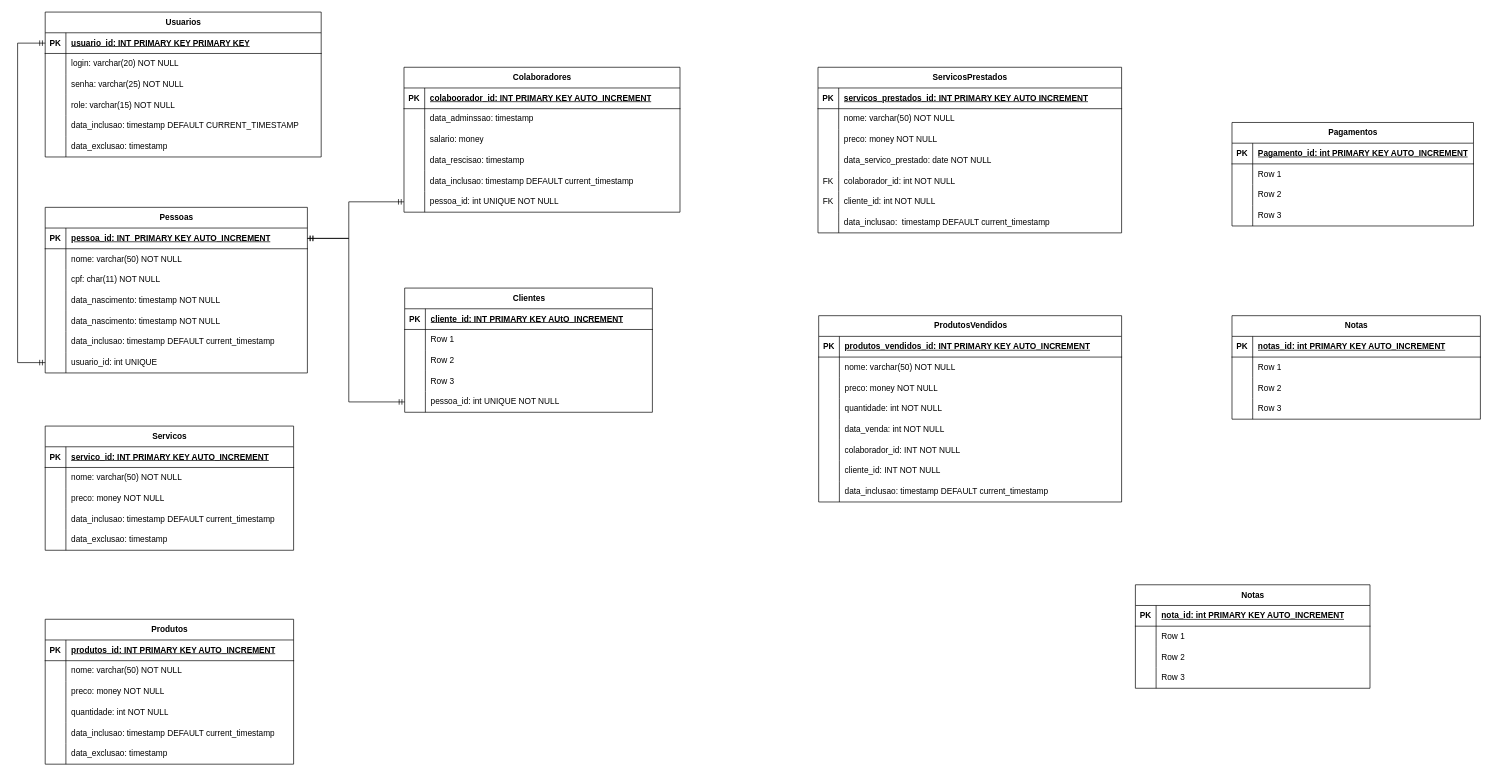
Jounos/cb-ordem-sevirco keeps this draw.io diagram as central-bike-db/der.drawio. Above is the earlier version. Source tidied: cells renumbered, new cells numbered last; positions are measured from the earlier drawing's top-left corner, leaving out a move shared by most shapes. Both pictures are drawn from the tidied source at 69%, with x=0, y=0 at pixel (17, 12).
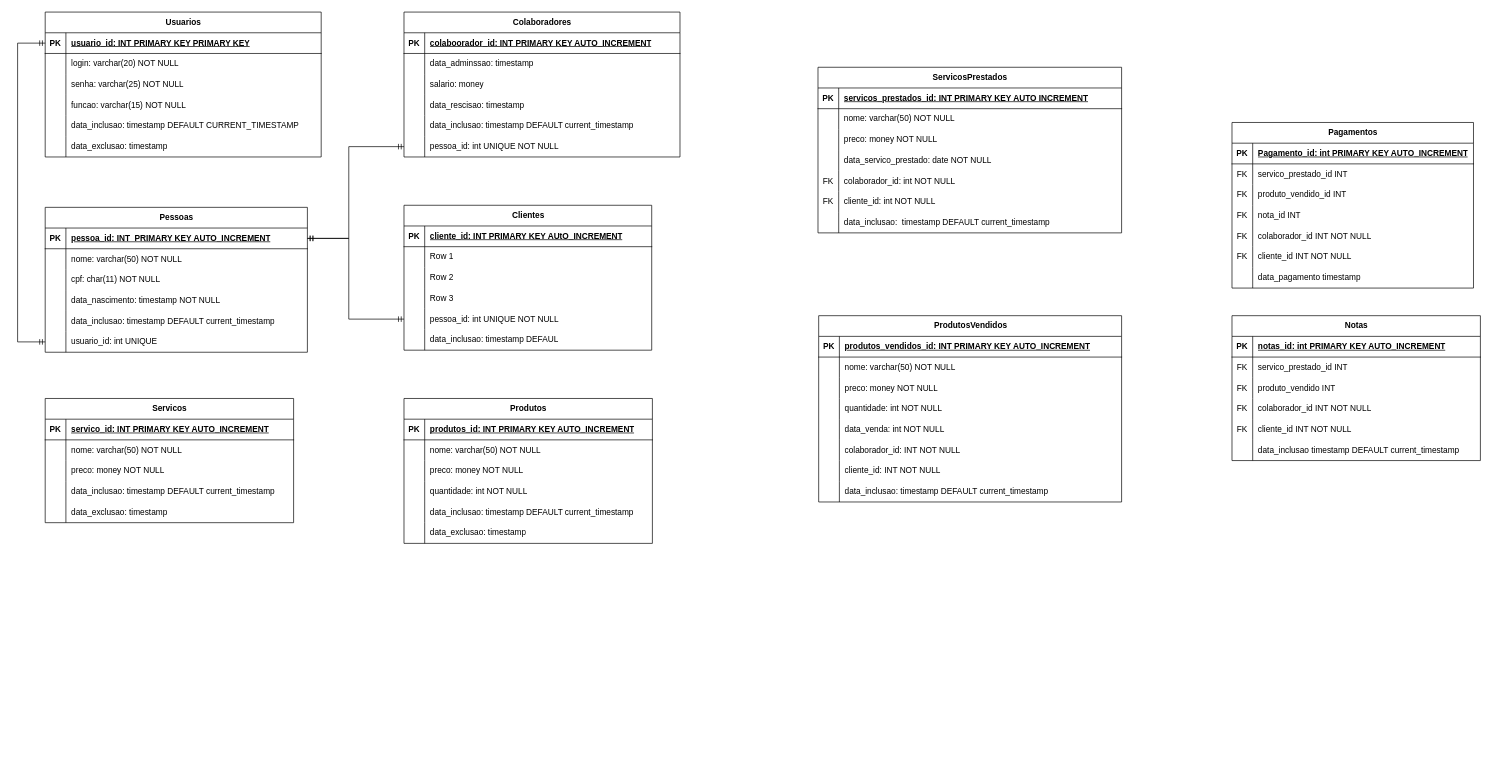
Above is the later version.

Unchanged cells that the change refers to:
```xml
<mxCell id="12" style="shape=tableRow;horizontal=0;startSize=0;swimlaneHead=0;swimlaneBody=0;fillColor=none;top=0;left=0;right=0;bottom=0;" parent="2" vertex="1">
  <mxGeometry y="120" width="400" height="30" as="geometry" />
</mxCell>
<mxCell id="180" style="shape=tableRow;horizontal=0;startSize=0;swimlaneHead=0;swimlaneBody=0;fillColor=none;top=0;left=0;right=0;bottom=0;" parent="176" vertex="1">
  <mxGeometry y="60" width="350" height="30" as="geometry" />
</mxCell>
<mxCell id="183" style="shape=tableRow;horizontal=0;startSize=0;swimlaneHead=0;swimlaneBody=0;fillColor=none;top=0;left=0;right=0;bottom=0;" parent="176" vertex="1">
  <mxGeometry y="90" width="350" height="30" as="geometry" />
</mxCell>
<mxCell id="186" style="shape=tableRow;horizontal=0;startSize=0;swimlaneHead=0;swimlaneBody=0;fillColor=none;top=0;left=0;right=0;bottom=0;" parent="176" vertex="1">
  <mxGeometry y="120" width="350" height="30" as="geometry" />
</mxCell>
<mxCell id="193" style="shape=tableRow;horizontal=0;startSize=0;swimlaneHead=0;swimlaneBody=0;fillColor=none;top=0;left=0;right=0;bottom=0;" parent="189" vertex="1">
  <mxGeometry y="60" width="360" height="30" as="geometry" />
</mxCell>
<mxCell id="196" style="shape=tableRow;horizontal=0;startSize=0;swimlaneHead=0;swimlaneBody=0;fillColor=none;top=0;left=0;right=0;bottom=0;" parent="189" vertex="1">
  <mxGeometry y="90" width="360" height="30" as="geometry" />
</mxCell>
<mxCell id="199" style="shape=tableRow;horizontal=0;startSize=0;swimlaneHead=0;swimlaneBody=0;fillColor=none;top=0;left=0;right=0;bottom=0;" parent="189" vertex="1">
  <mxGeometry y="120" width="360" height="30" as="geometry" />
</mxCell>
```

What changed in the source:
```diff
@@
-    <mxCell id="14" value="role: varchar(15) NOT NULL&amp;nbsp;" style="shape=partialRectangle;fillColor=none;top=0;left=0;bottom=0;right=0;align=left;spacingLeft=6;overflow=hidden;whiteSpace=wrap;html=1;" parent="12" vertex="1">
+    <mxCell id="14" value="funcao: varchar(15) NOT NULL&amp;nbsp;" style="shape=partialRectangle;fillColor=none;top=0;left=0;bottom=0;right=0;align=left;spacingLeft=6;overflow=hidden;whiteSpace=wrap;html=1;" parent="12" vertex="1">
       <mxGeometry x="30" width="370" height="30" as="geometry" />
     </mxCell>
@@
     <mxCell id="21" value="Pessoas" style="shape=table;startSize=30;childLayout=tableLayout;rowLines=0;fontStyle=1;align=center;html=1;" parent="1" vertex="1">
-      <mxGeometry x="40" y="283" width="380" height="240" as="geometry" />
+      <mxGeometry x="40" y="283" width="380" height="210" as="geometry" />
     </mxCell>
@@
-    <mxCell id="34" style="shape=tableRow;horizontal=0;startSize=0;swimlaneHead=0;swimlaneBody=0;fillColor=none;top=0;left=0;right=0;bottom=0;" parent="21" vertex="1">
-      <mxGeometry y="150" width="380" height="30" as="geometry" />
-    </mxCell>
-    <mxCell id="35" style="shape=partialRectangle;fillColor=none;top=0;left=0;bottom=0;right=0;overflow=hidden;whiteSpace=wrap;html=1;" parent="34" vertex="1">
-      <mxGeometry width="30" height="30" as="geometry" />
-    </mxCell>
-    <mxCell id="36" value="data_nascimento: timestamp NOT NULL" style="shape=partialRectangle;fillColor=none;top=0;left=0;bottom=0;right=0;align=left;spacingLeft=6;overflow=hidden;whiteSpace=wrap;html=1;" parent="34" vertex="1">
-      <mxGeometry x="30" width="350" height="30" as="geometry" />
-    </mxCell>
     <mxCell id="37" style="shape=tableRow;horizontal=0;startSize=0;swimlaneHead=0;swimlaneBody=0;fillColor=none;top=0;left=0;right=0;bottom=0;" parent="21" vertex="1">
-      <mxGeometry y="180" width="380" height="30" as="geometry" />
+      <mxGeometry y="150" width="380" height="30" as="geometry" />
     </mxCell>
@@
     <mxCell id="40" style="shape=tableRow;horizontal=0;startSize=0;swimlaneHead=0;swimlaneBody=0;fillColor=none;points=[[0,0.5],[1,0.5]];portConstraint=eastwest;top=0;left=0;right=0;bottom=0;" parent="21" vertex="1">
-      <mxGeometry y="210" width="380" height="30" as="geometry" />
+      <mxGeometry y="180" width="380" height="30" as="geometry" />
     </mxCell>
@@
     <mxCell id="43" value="Colaboradores" style="shape=table;startSize=30;childLayout=tableLayout;rowLines=0;fontStyle=1;align=center;html=1;" parent="1" vertex="1">
-      <mxGeometry x="560" y="80" width="400" height="210" as="geometry" />
+      <mxGeometry x="560" width="400" height="210" as="geometry" />
     </mxCell>
@@
     <mxCell id="64" value="Clientes" style="shape=table;startSize=30;childLayout=tableLayout;rowLines=0;fontStyle=1;align=center;html=1;" parent="1" vertex="1">
-      <mxGeometry x="561" y="400" width="359" height="180" as="geometry" />
+      <mxGeometry x="560" y="280" width="359" height="210" as="geometry" />
     </mxCell>
@@
+    <mxCell id="202" style="shape=tableRow;horizontal=0;startSize=0;swimlaneHead=0;swimlaneBody=0;fillColor=none;top=0;left=0;right=0;bottom=0;" parent="64" vertex="1">
+      <mxGeometry y="180" width="359" height="30" as="geometry" />
+    </mxCell>
+    <mxCell id="203" style="shape=partialRectangle;fillColor=none;top=0;left=0;bottom=0;right=0;overflow=hidden;whiteSpace=wrap;html=1;" parent="202" vertex="1">
+      <mxGeometry width="30" height="30" as="geometry" />
+    </mxCell>
+    <mxCell id="204" value="data_inclusao: timestamp DEFAUL" style="shape=partialRectangle;fillColor=none;top=0;left=0;bottom=0;right=0;align=left;spacingLeft=6;overflow=hidden;whiteSpace=wrap;html=1;" parent="202" vertex="1">
+      <mxGeometry x="30" width="329" height="30" as="geometry" />
+    </mxCell>
@@
     <mxCell id="81" value="Servicos" style="shape=table;startSize=30;childLayout=tableLayout;rowLines=0;fontStyle=1;align=center;html=1;" parent="1" vertex="1">
-      <mxGeometry x="40" y="600" width="360" height="180" as="geometry" />
+      <mxGeometry x="40" y="560" width="360" height="180" as="geometry" />
     </mxCell>
@@
     <mxCell id="97" value="Produtos" style="shape=table;startSize=30;childLayout=tableLayout;rowLines=0;fontStyle=1;align=center;html=1;" parent="1" vertex="1">
-      <mxGeometry x="40" y="880" width="360" height="210" as="geometry" />
+      <mxGeometry x="560" y="560" width="360" height="210" as="geometry" />
     </mxCell>
@@
-    <mxCell id="163" value="Notas" style="shape=table;startSize=30;childLayout=tableLayout;rowLines=0;fontStyle=1;align=center;html=1;" parent="1" vertex="1">
-      <mxGeometry x="1620" y="830" width="340" height="150" as="geometry" />
-    </mxCell>
-    <mxCell id="164" style="shape=tableRow;horizontal=0;startSize=0;swimlaneHead=0;swimlaneBody=0;fillColor=none;top=0;left=0;right=0;bottom=1;" parent="163" vertex="1">
-      <mxGeometry y="30" width="340" height="30" as="geometry" />
-    </mxCell>
-    <mxCell id="165" value="PK" style="shape=partialRectangle;fillColor=none;top=0;left=0;bottom=0;right=0;fontStyle=1;overflow=hidden;whiteSpace=wrap;html=1;" parent="164" vertex="1">
-      <mxGeometry width="30" height="30" as="geometry" />
-    </mxCell>
-    <mxCell id="166" value="nota_id: int PRIMARY KEY AUTO_INCREMENT" style="shape=partialRectangle;fillColor=none;top=0;left=0;bottom=0;right=0;align=left;spacingLeft=6;fontStyle=5;overflow=hidden;whiteSpace=wrap;html=1;" parent="164" vertex="1">
-      <mxGeometry x="30" width="310" height="30" as="geometry" />
-    </mxCell>
-    <mxCell id="167" style="shape=tableRow;horizontal=0;startSize=0;swimlaneHead=0;swimlaneBody=0;fillColor=none;top=0;left=0;right=0;bottom=0;" parent="163" vertex="1">
-      <mxGeometry y="60" width="340" height="30" as="geometry" />
-    </mxCell>
-    <mxCell id="168" style="shape=partialRectangle;fillColor=none;top=0;left=0;bottom=0;right=0;overflow=hidden;whiteSpace=wrap;html=1;" parent="167" vertex="1">
-      <mxGeometry width="30" height="30" as="geometry" />
-    </mxCell>
-    <mxCell id="169" value="Row 1" style="shape=partialRectangle;fillColor=none;top=0;left=0;bottom=0;right=0;align=left;spacingLeft=6;overflow=hidden;whiteSpace=wrap;html=1;" parent="167" vertex="1">
-      <mxGeometry x="30" width="310" height="30" as="geometry" />
-    </mxCell>
-    <mxCell id="170" style="shape=tableRow;horizontal=0;startSize=0;swimlaneHead=0;swimlaneBody=0;fillColor=none;top=0;left=0;right=0;bottom=0;" parent="163" vertex="1">
-      <mxGeometry y="90" width="340" height="30" as="geometry" />
-    </mxCell>
-    <mxCell id="171" style="shape=partialRectangle;fillColor=none;top=0;left=0;bottom=0;right=0;overflow=hidden;whiteSpace=wrap;html=1;" parent="170" vertex="1">
-      <mxGeometry width="30" height="30" as="geometry" />
-    </mxCell>
-    <mxCell id="172" value="Row 2" style="shape=partialRectangle;fillColor=none;top=0;left=0;bottom=0;right=0;align=left;spacingLeft=6;overflow=hidden;whiteSpace=wrap;html=1;" parent="170" vertex="1">
-      <mxGeometry x="30" width="310" height="30" as="geometry" />
-    </mxCell>
-    <mxCell id="173" style="shape=tableRow;horizontal=0;startSize=0;swimlaneHead=0;swimlaneBody=0;fillColor=none;top=0;left=0;right=0;bottom=0;" parent="163" vertex="1">
-      <mxGeometry y="120" width="340" height="30" as="geometry" />
-    </mxCell>
-    <mxCell id="174" style="shape=partialRectangle;fillColor=none;top=0;left=0;bottom=0;right=0;overflow=hidden;whiteSpace=wrap;html=1;" parent="173" vertex="1">
-      <mxGeometry width="30" height="30" as="geometry" />
-    </mxCell>
-    <mxCell id="175" value="Row 3" style="shape=partialRectangle;fillColor=none;top=0;left=0;bottom=0;right=0;align=left;spacingLeft=6;overflow=hidden;whiteSpace=wrap;html=1;" parent="173" vertex="1">
-      <mxGeometry x="30" width="310" height="30" as="geometry" />
-    </mxCell>
     <mxCell id="176" value="Pagamentos" style="shape=table;startSize=30;childLayout=tableLayout;rowLines=0;fontStyle=1;align=center;html=1;" parent="1" vertex="1">
-      <mxGeometry x="1760" y="160" width="350" height="150" as="geometry" />
+      <mxGeometry x="1760" y="160" width="350" height="240" as="geometry" />
     </mxCell>
@@
-    <mxCell id="181" style="shape=partialRectangle;fillColor=none;top=0;left=0;bottom=0;right=0;overflow=hidden;whiteSpace=wrap;html=1;" parent="180" vertex="1">
+    <mxCell id="181" value="FK" style="shape=partialRectangle;fillColor=none;top=0;left=0;bottom=0;right=0;overflow=hidden;whiteSpace=wrap;html=1;" parent="180" vertex="1">
       <mxGeometry width="30" height="30" as="geometry" />
     </mxCell>
-    <mxCell id="182" value="Row 1" style="shape=partialRectangle;fillColor=none;top=0;left=0;bottom=0;right=0;align=left;spacingLeft=6;overflow=hidden;whiteSpace=wrap;html=1;" parent="180" vertex="1">
+    <mxCell id="182" value="servico_presta&lt;span style=&quot;background-color: transparent; color: light-dark(rgb(0, 0, 0), rgb(255, 255, 255));&quot;&gt;do_id INT&lt;/span&gt;" style="shape=partialRectangle;fillColor=none;top=0;left=0;bottom=0;right=0;align=left;spacingLeft=6;overflow=hidden;whiteSpace=wrap;html=1;" parent="180" vertex="1">
       <mxGeometry x="30" width="320" height="30" as="geometry" />
     </mxCell>
@@
-    <mxCell id="184" style="shape=partialRectangle;fillColor=none;top=0;left=0;bottom=0;right=0;overflow=hidden;whiteSpace=wrap;html=1;" parent="183" vertex="1">
+    <mxCell id="184" value="FK" style="shape=partialRectangle;fillColor=none;top=0;left=0;bottom=0;right=0;overflow=hidden;whiteSpace=wrap;html=1;" parent="183" vertex="1">
       <mxGeometry width="30" height="30" as="geometry" />
     </mxCell>
-    <mxCell id="185" value="Row 2" style="shape=partialRectangle;fillColor=none;top=0;left=0;bottom=0;right=0;align=left;spacingLeft=6;overflow=hidden;whiteSpace=wrap;html=1;" parent="183" vertex="1">
+    <mxCell id="185" value="produto_vendido_id INT" style="shape=partialRectangle;fillColor=none;top=0;left=0;bottom=0;right=0;align=left;spacingLeft=6;overflow=hidden;whiteSpace=wrap;html=1;" parent="183" vertex="1">
       <mxGeometry x="30" width="320" height="30" as="geometry" />
     </mxCell>
@@
-    <mxCell id="187" style="shape=partialRectangle;fillColor=none;top=0;left=0;bottom=0;right=0;overflow=hidden;whiteSpace=wrap;html=1;" parent="186" vertex="1">
+    <mxCell id="187" value="FK" style="shape=partialRectangle;fillColor=none;top=0;left=0;bottom=0;right=0;overflow=hidden;whiteSpace=wrap;html=1;" parent="186" vertex="1">
       <mxGeometry width="30" height="30" as="geometry" />
     </mxCell>
-    <mxCell id="188" value="Row 3" style="shape=partialRectangle;fillColor=none;top=0;left=0;bottom=0;right=0;align=left;spacingLeft=6;overflow=hidden;whiteSpace=wrap;html=1;" parent="186" vertex="1">
+    <mxCell id="188" value="nota_id INT" style="shape=partialRectangle;fillColor=none;top=0;left=0;bottom=0;right=0;align=left;spacingLeft=6;overflow=hidden;whiteSpace=wrap;html=1;" parent="186" vertex="1">
       <mxGeometry x="30" width="320" height="30" as="geometry" />
     </mxCell>
+    <mxCell id="205" style="shape=tableRow;horizontal=0;startSize=0;swimlaneHead=0;swimlaneBody=0;fillColor=none;top=0;left=0;right=0;bottom=0;" parent="176" vertex="1">
+      <mxGeometry y="150" width="350" height="30" as="geometry" />
+    </mxCell>
+    <mxCell id="206" value="FK" style="shape=partialRectangle;fillColor=none;top=0;left=0;bottom=0;right=0;overflow=hidden;whiteSpace=wrap;html=1;" parent="205" vertex="1">
+      <mxGeometry width="30" height="30" as="geometry" />
+    </mxCell>
+    <mxCell id="207" value="colaborador_id INT NOT NULL" style="shape=partialRectangle;fillColor=none;top=0;left=0;bottom=0;right=0;align=left;spacingLeft=6;overflow=hidden;whiteSpace=wrap;html=1;" parent="205" vertex="1">
+      <mxGeometry x="30" width="320" height="30" as="geometry" />
+    </mxCell>
+    <mxCell id="208" style="shape=tableRow;horizontal=0;startSize=0;swimlaneHead=0;swimlaneBody=0;fillColor=none;top=0;left=0;right=0;bottom=0;" parent="176" vertex="1">
+      <mxGeometry y="180" width="350" height="30" as="geometry" />
+    </mxCell>
+    <mxCell id="209" value="FK" style="shape=partialRectangle;fillColor=none;top=0;left=0;bottom=0;right=0;overflow=hidden;whiteSpace=wrap;html=1;" parent="208" vertex="1">
+      <mxGeometry width="30" height="30" as="geometry" />
+    </mxCell>
+    <mxCell id="210" value="cliente_id INT NOT NULL" style="shape=partialRectangle;fillColor=none;top=0;left=0;bottom=0;right=0;align=left;spacingLeft=6;overflow=hidden;whiteSpace=wrap;html=1;" parent="208" vertex="1">
+      <mxGeometry x="30" width="320" height="30" as="geometry" />
+    </mxCell>
+    <mxCell id="211" style="shape=tableRow;horizontal=0;startSize=0;swimlaneHead=0;swimlaneBody=0;fillColor=none;top=0;left=0;right=0;bottom=0;" parent="176" vertex="1">
+      <mxGeometry y="210" width="350" height="30" as="geometry" />
+    </mxCell>
+    <mxCell id="212" style="shape=partialRectangle;fillColor=none;top=0;left=0;bottom=0;right=0;overflow=hidden;whiteSpace=wrap;html=1;" parent="211" vertex="1">
+      <mxGeometry width="30" height="30" as="geometry" />
+    </mxCell>
+    <mxCell id="213" value="data_pagamento timestamp" style="shape=partialRectangle;fillColor=none;top=0;left=0;bottom=0;right=0;align=left;spacingLeft=6;overflow=hidden;whiteSpace=wrap;html=1;" parent="211" vertex="1">
+      <mxGeometry x="30" width="320" height="30" as="geometry" />
+    </mxCell>
     <mxCell id="189" value="Notas" style="shape=table;startSize=30;childLayout=tableLayout;rowLines=0;fontStyle=1;align=center;html=1;" parent="1" vertex="1">
-      <mxGeometry x="1760" y="440" width="360" height="150" as="geometry" />
+      <mxGeometry x="1760" y="440" width="360" height="210" as="geometry" />
     </mxCell>
@@
-    <mxCell id="194" style="shape=partialRectangle;fillColor=none;top=0;left=0;bottom=0;right=0;overflow=hidden;whiteSpace=wrap;html=1;" parent="193" vertex="1">
+    <mxCell id="194" value="FK" style="shape=partialRectangle;fillColor=none;top=0;left=0;bottom=0;right=0;overflow=hidden;whiteSpace=wrap;html=1;" parent="193" vertex="1">
       <mxGeometry width="30" height="30" as="geometry" />
     </mxCell>
-    <mxCell id="195" value="Row 1" style="shape=partialRectangle;fillColor=none;top=0;left=0;bottom=0;right=0;align=left;spacingLeft=6;overflow=hidden;whiteSpace=wrap;html=1;" parent="193" vertex="1">
+    <mxCell id="195" value="servico_prestado_id INT" style="shape=partialRectangle;fillColor=none;top=0;left=0;bottom=0;right=0;align=left;spacingLeft=6;overflow=hidden;whiteSpace=wrap;html=1;" parent="193" vertex="1">
       <mxGeometry x="30" width="330" height="30" as="geometry" />
     </mxCell>
@@
-    <mxCell id="197" style="shape=partialRectangle;fillColor=none;top=0;left=0;bottom=0;right=0;overflow=hidden;whiteSpace=wrap;html=1;" parent="196" vertex="1">
+    <mxCell id="197" value="FK" style="shape=partialRectangle;fillColor=none;top=0;left=0;bottom=0;right=0;overflow=hidden;whiteSpace=wrap;html=1;" parent="196" vertex="1">
       <mxGeometry width="30" height="30" as="geometry" />
     </mxCell>
-    <mxCell id="198" value="Row 2" style="shape=partialRectangle;fillColor=none;top=0;left=0;bottom=0;right=0;align=left;spacingLeft=6;overflow=hidden;whiteSpace=wrap;html=1;" parent="196" vertex="1">
+    <mxCell id="198" value="produto_vendido INT" style="shape=partialRectangle;fillColor=none;top=0;left=0;bottom=0;right=0;align=left;spacingLeft=6;overflow=hidden;whiteSpace=wrap;html=1;" parent="196" vertex="1">
       <mxGeometry x="30" width="330" height="30" as="geometry" />
     </mxCell>
@@
-    <mxCell id="200" style="shape=partialRectangle;fillColor=none;top=0;left=0;bottom=0;right=0;overflow=hidden;whiteSpace=wrap;html=1;" parent="199" vertex="1">
+    <mxCell id="200" value="FK" style="shape=partialRectangle;fillColor=none;top=0;left=0;bottom=0;right=0;overflow=hidden;whiteSpace=wrap;html=1;" parent="199" vertex="1">
       <mxGeometry width="30" height="30" as="geometry" />
     </mxCell>
-    <mxCell id="201" value="Row 3" style="shape=partialRectangle;fillColor=none;top=0;left=0;bottom=0;right=0;align=left;spacingLeft=6;overflow=hidden;whiteSpace=wrap;html=1;" parent="199" vertex="1">
+    <mxCell id="201" value="colaborador_id INT NOT NULL" style="shape=partialRectangle;fillColor=none;top=0;left=0;bottom=0;right=0;align=left;spacingLeft=6;overflow=hidden;whiteSpace=wrap;html=1;" parent="199" vertex="1">
       <mxGeometry x="30" width="330" height="30" as="geometry" />
     </mxCell>
+    <mxCell id="214" style="shape=tableRow;horizontal=0;startSize=0;swimlaneHead=0;swimlaneBody=0;fillColor=none;top=0;left=0;right=0;bottom=0;" parent="189" vertex="1">
+      <mxGeometry y="150" width="360" height="30" as="geometry" />
+    </mxCell>
+    <mxCell id="215" value="FK" style="shape=partialRectangle;fillColor=none;top=0;left=0;bottom=0;right=0;overflow=hidden;whiteSpace=wrap;html=1;" parent="214" vertex="1">
+      <mxGeometry width="30" height="30" as="geometry" />
+    </mxCell>
+    <mxCell id="216" value="cliente_&lt;span style=&quot;background-color: transparent; color: light-dark(rgb(0, 0, 0), rgb(255, 255, 255));&quot;&gt;id INT NOT NULL&lt;/span&gt;" style="shape=partialRectangle;fillColor=none;top=0;left=0;bottom=0;right=0;align=left;spacingLeft=6;overflow=hidden;whiteSpace=wrap;html=1;" parent="214" vertex="1">
+      <mxGeometry x="30" width="330" height="30" as="geometry" />
+    </mxCell>
+    <mxCell id="217" style="shape=tableRow;horizontal=0;startSize=0;swimlaneHead=0;swimlaneBody=0;fillColor=none;top=0;left=0;right=0;bottom=0;" parent="189" vertex="1">
+      <mxGeometry y="180" width="360" height="30" as="geometry" />
+    </mxCell>
+    <mxCell id="218" style="shape=partialRectangle;fillColor=none;top=0;left=0;bottom=0;right=0;overflow=hidden;whiteSpace=wrap;html=1;" parent="217" vertex="1">
+      <mxGeometry width="30" height="30" as="geometry" />
+    </mxCell>
+    <mxCell id="219" value="data_inclusao timestamp DEFAULT current_timestamp" style="shape=partialRectangle;fillColor=none;top=0;left=0;bottom=0;right=0;align=left;spacingLeft=6;overflow=hidden;whiteSpace=wrap;html=1;" parent="217" vertex="1">
+      <mxGeometry x="30" width="330" height="30" as="geometry" />
+    </mxCell>
```
